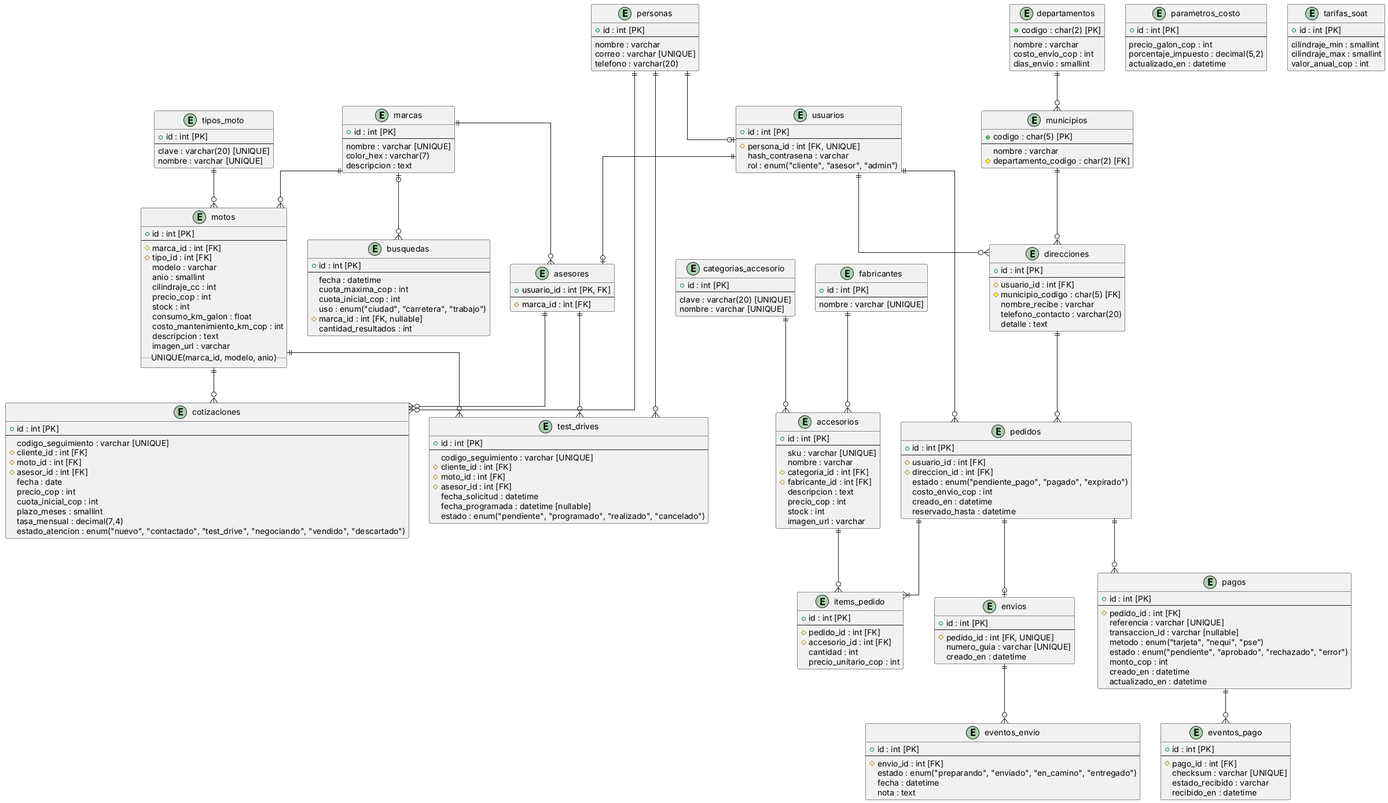
The PlantUML diagram docs/uml/modelo-logico-relacional.png in Andresg9805/concesionario-motos, before a commit.
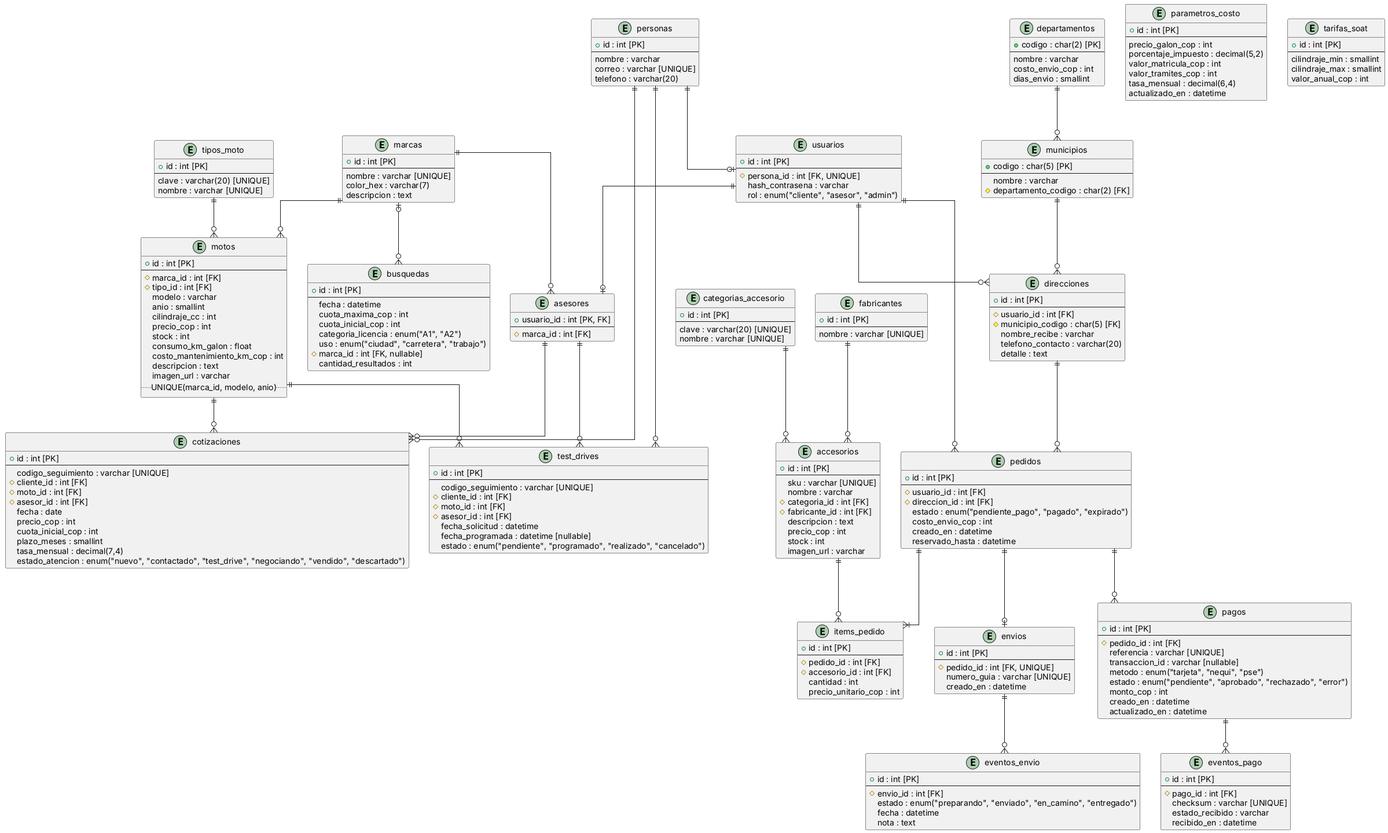
Later version of the same file.

What changed in the source:
```diff
@@ -38,6 +38,9 @@
   --
   precio_galon_cop : int
   porcentaje_impuesto : decimal(5,2)
+  valor_matricula_cop : int
+  valor_tramites_cop : int
+  tasa_mensual : decimal(6,4)
   actualizado_en : datetime
 }
 
@@ -55,6 +58,7 @@
   fecha : datetime
   cuota_maxima_cop : int
   cuota_inicial_cop : int
+  categoria_licencia : enum("A1", "A2")
   uso : enum("ciudad", "carretera", "trabajo")
   # marca_id : int [FK, nullable]
   cantidad_resultados : int
```
